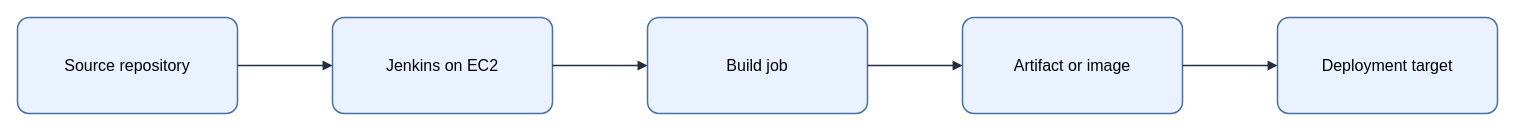
Above: assets/img/ci-cd/ec2-jenkins-server-flow.drawio in KKamJi98/kkamji98.github.io (draw.io), before the change. Source tidied: cells renumbered, new cells numbered last; positions are measured from the earlier drawing's top-left corner, leaving out a move shared by most shapes. Both pictures are drawn from the tidied source at 100%, with x=0, y=0 at pixel (17, 17).
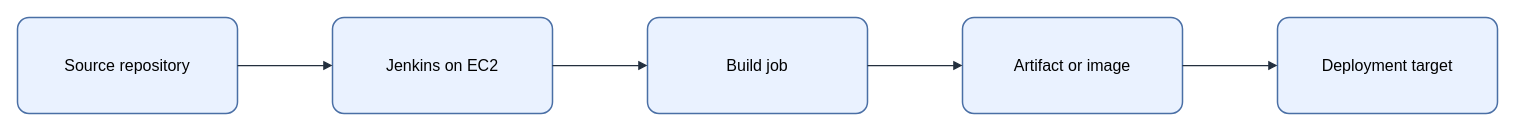
After the change.

What changed in the source:
```diff
@@
 <mxGraphModel background="#FFFFFF">
   <root>
     <mxCell id="0" />
     <mxCell id="1" parent="0" />
-    <mxCell id="2" value="&lt;font style=&quot;color: rgb(0, 0, 0);&quot;&gt;Source repository&lt;/font&gt;" style="rounded=1;arcSize=12;whiteSpace=wrap;html=1;fillColor=#EAF2FF;strokeColor=#4A6FA5;strokeWidth=1.5;fontColor=#000000;fontSize=16;align=center;verticalAlign=middle;spacing=8;shadow=0;" parent="1" vertex="1">
+    <mxCell id="2" value="Source repository" style="rounded=1;arcSize=12;whiteSpace=wrap;html=0;fillColor=#EAF2FF;strokeColor=#4A6FA5;strokeWidth=1.5;fontColor=#000000;fontSize=16;align=center;verticalAlign=middle;spacing=8;shadow=0;" parent="1" vertex="1">
       <mxGeometry width="220" height="96" as="geometry" />
     </mxCell>
-    <mxCell id="3" value="&lt;font style=&quot;color: rgb(0, 0, 0);&quot;&gt;Jenkins on EC2&lt;/font&gt;" style="rounded=1;arcSize=12;whiteSpace=wrap;html=1;fillColor=#EAF2FF;strokeColor=#4A6FA5;strokeWidth=1.5;fontColor=#000000;fontSize=16;align=center;verticalAlign=middle;spacing=8;shadow=0;" parent="1" vertex="1">
+    <mxCell id="3" value="Jenkins on EC2" style="rounded=1;arcSize=12;whiteSpace=wrap;html=0;fillColor=#EAF2FF;strokeColor=#4A6FA5;strokeWidth=1.5;fontColor=#000000;fontSize=16;align=center;verticalAlign=middle;spacing=8;shadow=0;" parent="1" vertex="1">
       <mxGeometry x="315" width="220" height="96" as="geometry" />
     </mxCell>
-    <mxCell id="4" value="&lt;font style=&quot;color: rgb(0, 0, 0);&quot;&gt;Build job&lt;/font&gt;" style="rounded=1;arcSize=12;whiteSpace=wrap;html=1;fillColor=#EAF2FF;strokeColor=#4A6FA5;strokeWidth=1.5;fontColor=#000000;fontSize=16;align=center;verticalAlign=middle;spacing=8;shadow=0;" parent="1" vertex="1">
+    <mxCell id="4" value="Build job" style="rounded=1;arcSize=12;whiteSpace=wrap;html=0;fillColor=#EAF2FF;strokeColor=#4A6FA5;strokeWidth=1.5;fontColor=#000000;fontSize=16;align=center;verticalAlign=middle;spacing=8;shadow=0;" parent="1" vertex="1">
       <mxGeometry x="630" width="220" height="96" as="geometry" />
     </mxCell>
-    <mxCell id="5" value="&lt;font style=&quot;color: rgb(0, 0, 0);&quot;&gt;Artifact or image&lt;/font&gt;" style="rounded=1;arcSize=12;whiteSpace=wrap;html=1;fillColor=#EAF2FF;strokeColor=#4A6FA5;strokeWidth=1.5;fontColor=#000000;fontSize=16;align=center;verticalAlign=middle;spacing=8;shadow=0;" parent="1" vertex="1">
+    <mxCell id="5" value="Artifact or image" style="rounded=1;arcSize=12;whiteSpace=wrap;html=0;fillColor=#EAF2FF;strokeColor=#4A6FA5;strokeWidth=1.5;fontColor=#000000;fontSize=16;align=center;verticalAlign=middle;spacing=8;shadow=0;" parent="1" vertex="1">
       <mxGeometry x="945" width="220" height="96" as="geometry" />
     </mxCell>
-    <mxCell id="6" value="&lt;font style=&quot;color: rgb(0, 0, 0);&quot;&gt;Deployment target&lt;/font&gt;" style="rounded=1;arcSize=12;whiteSpace=wrap;html=1;fillColor=#EAF2FF;strokeColor=#4A6FA5;strokeWidth=1.5;fontColor=#000000;fontSize=16;align=center;verticalAlign=middle;spacing=8;shadow=0;" parent="1" vertex="1">
+    <mxCell id="6" value="Deployment target" style="rounded=1;arcSize=12;whiteSpace=wrap;html=0;fillColor=#EAF2FF;strokeColor=#4A6FA5;strokeWidth=1.5;fontColor=#000000;fontSize=16;align=center;verticalAlign=middle;spacing=8;shadow=0;" parent="1" vertex="1">
       <mxGeometry x="1260" width="220" height="96" as="geometry" />
     </mxCell>
-    <mxCell id="7" style="edgeStyle=orthogonalEdgeStyle;rounded=0;jettySize=auto;html=1;endArrow=block;endFill=1;strokeColor=#232F3E;strokeWidth=1.5;fontColor=#000000;labelBackgroundColor=none;exitX=1;exitY=0.5;exitDx=0;exitDy=0;entryX=0;entryY=0.5;entryDx=0;entryDy=0;" parent="1" edge="1" source="2" target="3">
+    <mxCell id="7" style="edgeStyle=orthogonalEdgeStyle;rounded=0;jettySize=auto;html=0;endArrow=block;endFill=1;strokeColor=#232F3E;strokeWidth=1.25;fontColor=#000000;labelBackgroundColor=none;exitX=1;exitY=0.5;exitDx=0;exitDy=0;entryX=0;entryY=0.5;entryDx=0;entryDy=0;" parent="1" edge="1" source="2" target="3">
       <mxGeometry relative="1" as="geometry" />
     </mxCell>
-    <mxCell id="8" style="edgeStyle=orthogonalEdgeStyle;rounded=0;jettySize=auto;html=1;endArrow=block;endFill=1;strokeColor=#232F3E;strokeWidth=1.5;fontColor=#000000;labelBackgroundColor=none;exitX=1;exitY=0.5;exitDx=0;exitDy=0;entryX=0;entryY=0.5;entryDx=0;entryDy=0;" parent="1" edge="1" source="3" target="4">
+    <mxCell id="8" style="edgeStyle=orthogonalEdgeStyle;rounded=0;jettySize=auto;html=0;endArrow=block;endFill=1;strokeColor=#232F3E;strokeWidth=1.25;fontColor=#000000;labelBackgroundColor=none;exitX=1;exitY=0.5;exitDx=0;exitDy=0;entryX=0;entryY=0.5;entryDx=0;entryDy=0;" parent="1" edge="1" source="3" target="4">
       <mxGeometry relative="1" as="geometry" />
     </mxCell>
-    <mxCell id="9" style="edgeStyle=orthogonalEdgeStyle;rounded=0;jettySize=auto;html=1;endArrow=block;endFill=1;strokeColor=#232F3E;strokeWidth=1.5;fontColor=#000000;labelBackgroundColor=none;exitX=1;exitY=0.5;exitDx=0;exitDy=0;entryX=0;entryY=0.5;entryDx=0;entryDy=0;" parent="1" edge="1" source="4" target="5">
+    <mxCell id="9" style="edgeStyle=orthogonalEdgeStyle;rounded=0;jettySize=auto;html=0;endArrow=block;endFill=1;strokeColor=#232F3E;strokeWidth=1.25;fontColor=#000000;labelBackgroundColor=none;exitX=1;exitY=0.5;exitDx=0;exitDy=0;entryX=0;entryY=0.5;entryDx=0;entryDy=0;" parent="1" edge="1" source="4" target="5">
       <mxGeometry relative="1" as="geometry" />
     </mxCell>
-    <mxCell id="10" style="edgeStyle=orthogonalEdgeStyle;rounded=0;jettySize=auto;html=1;endArrow=block;endFill=1;strokeColor=#232F3E;strokeWidth=1.5;fontColor=#000000;labelBackgroundColor=none;exitX=1;exitY=0.5;exitDx=0;exitDy=0;entryX=0;entryY=0.5;entryDx=0;entryDy=0;" parent="1" edge="1" source="5" target="6">
+    <mxCell id="10" style="edgeStyle=orthogonalEdgeStyle;rounded=0;jettySize=auto;html=0;endArrow=block;endFill=1;strokeColor=#232F3E;strokeWidth=1.25;fontColor=#000000;labelBackgroundColor=none;exitX=1;exitY=0.5;exitDx=0;exitDy=0;entryX=0;entryY=0.5;entryDx=0;entryDy=0;" parent="1" edge="1" source="5" target="6">
       <mxGeometry relative="1" as="geometry" />
     </mxCell>
   </root>
 </mxGraphModel>
```
